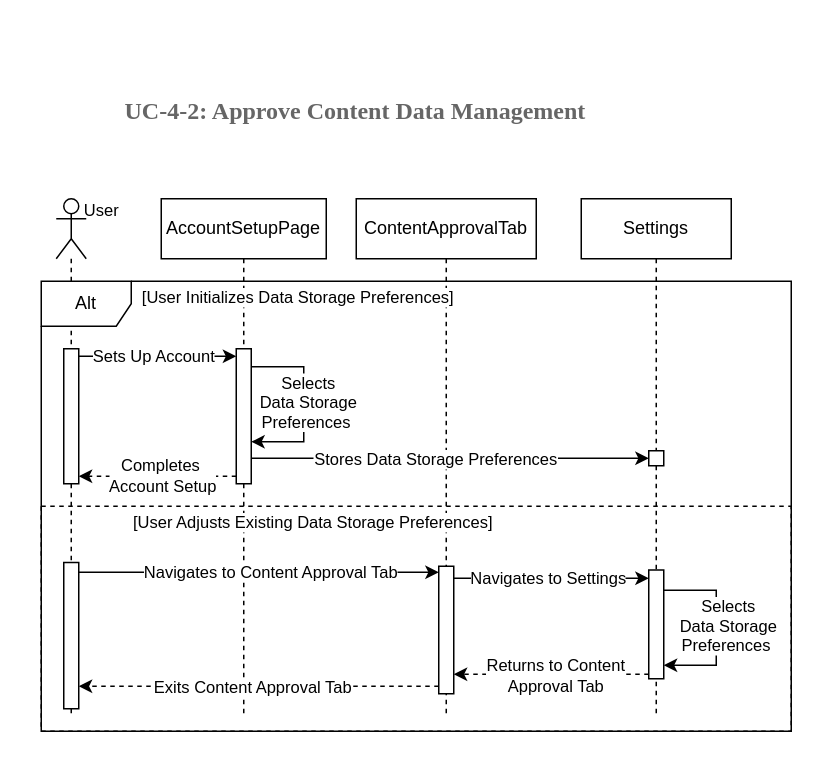
amirabdullahi1/gold keeps this draw.io diagram as SENG 321/SQD4-2.drawio. Above is the earlier version. Source tidied: cells renumbered, new cells numbered last; positions are measured from the earlier drawing's top-left corner, leaving out a move shared by most shapes. Both pictures are drawn from the tidied source at 150%, with x=0, y=0 at pixel (26, 56).
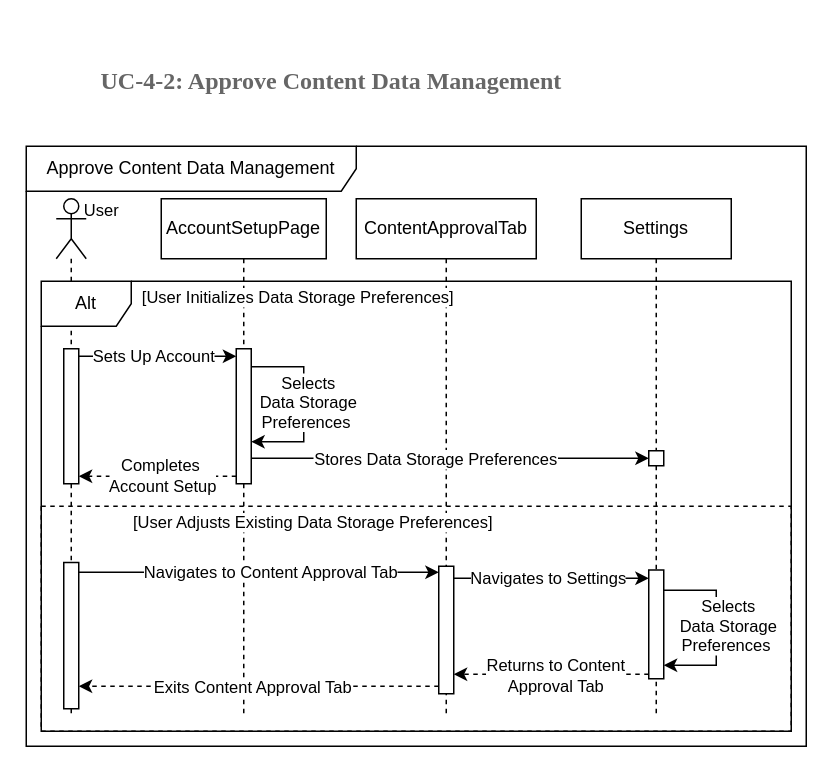
The same page after the edit.

Diff of the diagram source:
```diff
@@
-    <mxCell id="13" value="&lt;b style=&quot;font-weight:normal;&quot; id=&quot;docs-internal-guid-0b284c03-7fff-8bf4-ce98-43a4f99549da&quot;&gt;&lt;h4 dir=&quot;ltr&quot; style=&quot;line-height:1.38;margin-left: 36pt;margin-top:14pt;margin-bottom:4pt;&quot;&gt;&lt;span style=&quot;font-size:12pt;font-family:'Times New Roman',serif;color:#666666;background-color:transparent;font-weight:400;font-style:normal;font-variant:normal;text-decoration:none;vertical-align:baseline;white-space:pre;white-space:pre-wrap;&quot;&gt;&lt;span style=&quot;white-space: pre;&quot;&gt;&amp;nbsp;&amp;nbsp;&amp;nbsp;&amp;nbsp;&lt;/span&gt;&lt;/span&gt;&lt;span style=&quot;font-size:12pt;font-family:'Times New Roman',serif;color:#666666;background-color:transparent;font-weight:700;font-style:normal;font-variant:normal;text-decoration:none;vertical-align:baseline;white-space:pre;white-space:pre-wrap;&quot;&gt;UC-4-2: Approve Content Data Management&amp;nbsp;&lt;/span&gt;&lt;/h4&gt;&lt;/b&gt;" style="text;whiteSpace=wrap;html=1;" parent="1" vertex="1">
-      <mxGeometry width="410" height="70" as="geometry" />
+    <mxCell id="13" value="&lt;b style=&quot;font-weight:normal;&quot; id=&quot;docs-internal-guid-0b284c03-7fff-8bf4-ce98-43a4f99549da&quot;&gt;&lt;h4 dir=&quot;ltr&quot; style=&quot;line-height:1.38;margin-left: 36pt;margin-top:14pt;margin-bottom:4pt;&quot;&gt;&lt;span style=&quot;font-size:12pt;font-family:'Times New Roman',serif;color:#666666;background-color:transparent;font-weight:700;font-style:normal;font-variant:normal;text-decoration:none;vertical-align:baseline;white-space:pre;white-space:pre-wrap;&quot;&gt;UC-4-2: Approve Content Data Management&lt;/span&gt;&lt;/h4&gt;&lt;/b&gt;" style="text;whiteSpace=wrap;html=1;" parent="1" vertex="1">
+      <mxGeometry y="-20" width="410" height="50" as="geometry" />
     </mxCell>
@@
+    <mxCell id="36" value="Approve Content Data Management" style="shape=umlFrame;whiteSpace=wrap;html=1;width=220;height=30;" parent="1" vertex="1">
+      <mxGeometry y="60" width="520" height="400" as="geometry" />
+    </mxCell>
```
